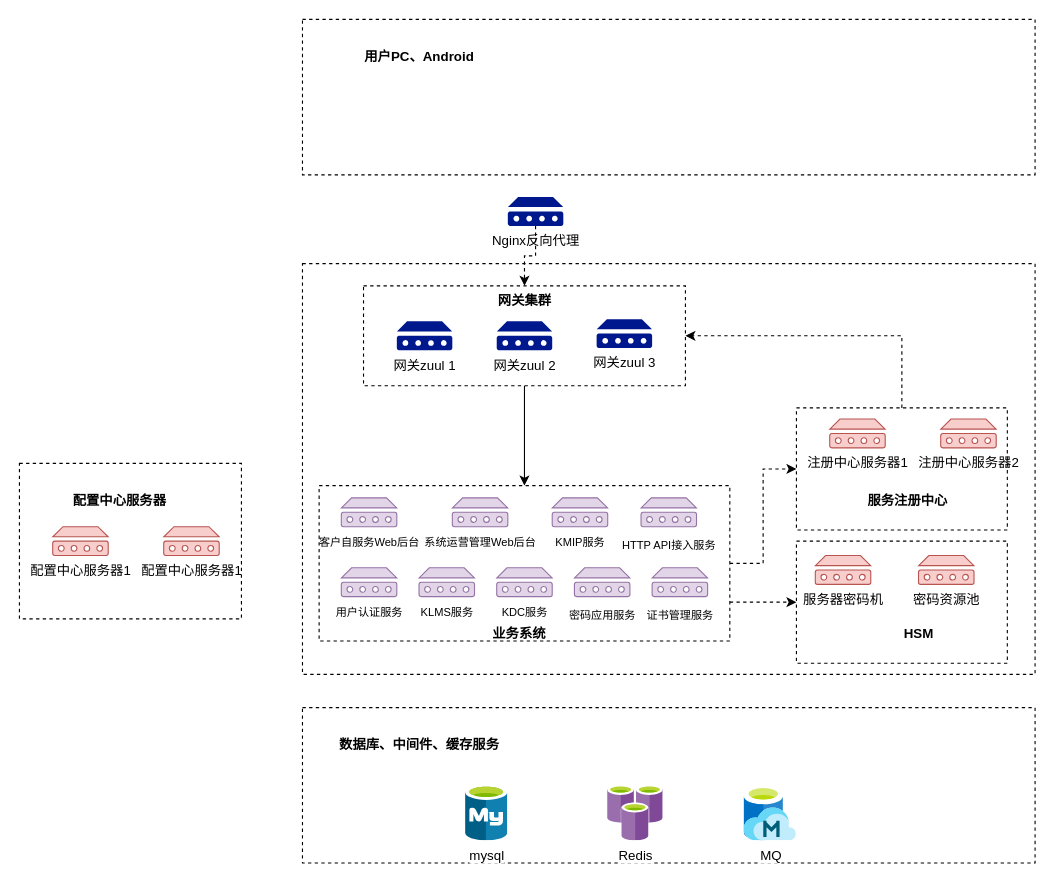
Above: cloud-arch.drawio in twoconk/guaniu (draw.io), before the change. Source tidied: cells renumbered, new cells numbered last; positions are measured from the earlier drawing's top-left corner, leaving out a move shared by most shapes. Both pictures are drawn from the tidied source at 111%, with x=0, y=0 at pixel (19, 19).
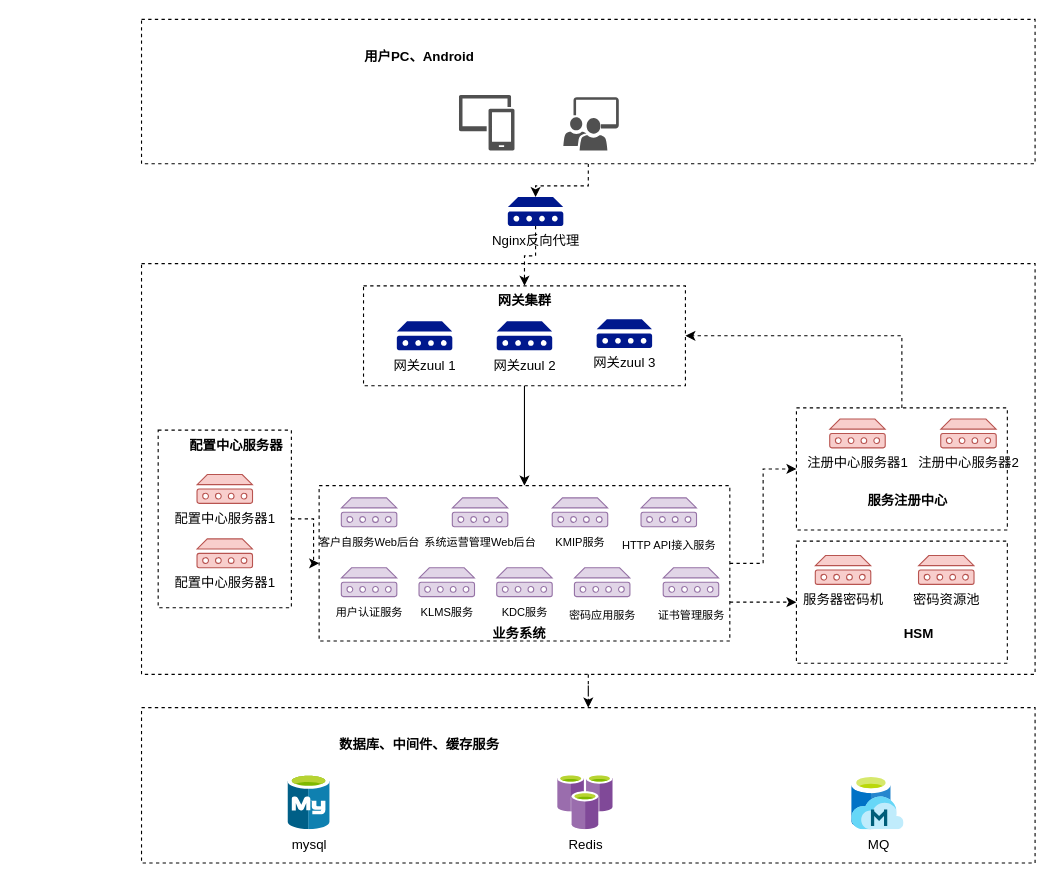
After the change.

The change refers to these unchanged cells:
```xml
<mxCell id="13" style="rounded=0;whiteSpace=wrap;html=1;dashed=1;" parent="1" vertex="1">
  <mxGeometry x="270" y="420" width="370" height="140" as="geometry" />
</mxCell>
<mxCell id="23" value="Nginx反向代理" style="shadow=0;dashed=0;html=1;strokeColor=none;labelPosition=center;verticalLabelPosition=bottom;verticalAlign=top;align=center;fillColor=#00188D;shape=mxgraph.mscae.enterprise.device;" parent="1" vertex="1">
  <mxGeometry x="440" y="160" width="50" height="26" as="geometry" />
</mxCell>
```

Change to the diagram source:
```diff
@@
+    <mxCell id="45" style="edgeStyle=orthogonalEdgeStyle;rounded=0;jumpStyle=none;jettySize=auto;html=1;entryX=0.5;entryY=0;entryDx=0;entryDy=0;dashed=1;" parent="1" edge="1" source="3" target="8">
+      <mxGeometry relative="1" as="geometry" />
+    </mxCell>
+    <mxCell id="46" style="edgeStyle=orthogonalEdgeStyle;rounded=0;jumpStyle=none;jettySize=auto;html=1;entryX=1;entryY=0.5;entryDx=0;entryDy=0;dashed=1;exitX=0;exitY=0.5;exitDx=0;exitDy=0;" parent="1" edge="1" source="13" target="9">
+      <mxGeometry relative="1" as="geometry" />
+    </mxCell>
     <mxCell id="3" style="rounded=0;whiteSpace=wrap;html=1;dashed=1;" parent="1" vertex="1">
-      <mxGeometry x="255" y="220" width="660" height="370" as="geometry" />
+      <mxGeometry x="110" y="220" width="805" height="370" as="geometry" />
     </mxCell>
@@
     <mxCell id="8" style="rounded=0;whiteSpace=wrap;html=1;dashed=1;" parent="1" vertex="1">
-      <mxGeometry x="255" y="620" width="660" height="140" as="geometry" />
+      <mxGeometry x="110" y="620" width="805" height="140" as="geometry" />
     </mxCell>
+    <mxCell id="47" style="edgeStyle=orthogonalEdgeStyle;rounded=0;jumpStyle=none;jettySize=auto;html=1;entryX=0;entryY=0.5;entryDx=0;entryDy=0;dashed=1;" parent="1" edge="1" source="9" target="13">
+      <mxGeometry relative="1" as="geometry" />
+    </mxCell>
     <mxCell id="9" style="rounded=0;whiteSpace=wrap;html=1;dashed=1;" parent="1" vertex="1">
-      <mxGeometry y="400" width="200" height="140" as="geometry" />
+      <mxGeometry x="125" y="370" width="120" height="160" as="geometry" />
     </mxCell>
     <mxCell id="10" value="&lt;font style=&quot;font-size: 12px&quot;&gt;配置中心服务器&lt;/font&gt;" style="text;strokeColor=none;fillColor=none;html=1;fontSize=24;fontStyle=1;verticalAlign=middle;align=center;dashed=1;" parent="1" vertex="1">
-      <mxGeometry x="40" y="410" width="100" height="40" as="geometry" />
+      <mxGeometry x="145" y="360" width="100" height="40" as="geometry" />
     </mxCell>
@@
     <mxCell id="19" value="mysql" style="html=1;align=center;image;fontSize=12;image=img/lib/mscae/Azure_Database_for_MySQL_servers.svg;dashed=1;" parent="1" vertex="1">
-      <mxGeometry x="402" y="690" width="38" height="50" as="geometry" />
+      <mxGeometry x="242" y="680" width="38" height="50" as="geometry" />
     </mxCell>
     <mxCell id="20" value="Redis" style="html=1;align=center;image;fontSize=12;image=img/lib/mscae/Azure_Cache_for_Redis.svg;dashed=1;" parent="1" vertex="1">
-      <mxGeometry x="530" y="690" width="50" height="50" as="geometry" />
+      <mxGeometry x="485" y="680" width="50" height="50" as="geometry" />
     </mxCell>
     <mxCell id="21" value="MQ" style="html=1;align=center;image;fontSize=12;image=img/lib/mscae/Managed_Databases.svg;dashed=1;" parent="1" vertex="1">
-      <mxGeometry x="653" y="690" width="47" height="50" as="geometry" />
+      <mxGeometry x="750" y="680" width="47" height="50" as="geometry" />
     </mxCell>
@@
     <mxCell id="27" value="配置中心服务器1" style="shadow=0;dashed=0;html=1;strokeColor=#b85450;labelPosition=center;verticalLabelPosition=bottom;verticalAlign=top;align=center;fillColor=#f8cecc;shape=mxgraph.mscae.enterprise.device;" parent="1" vertex="1">
-      <mxGeometry x="30" y="457" width="50" height="26" as="geometry" />
+      <mxGeometry x="160" y="468" width="50" height="26" as="geometry" />
     </mxCell>
     <mxCell id="28" value="配置中心服务器1" style="shadow=0;dashed=0;html=1;strokeColor=#b85450;labelPosition=center;verticalLabelPosition=bottom;verticalAlign=top;align=center;fillColor=#f8cecc;shape=mxgraph.mscae.enterprise.device;" parent="1" vertex="1">
-      <mxGeometry x="130" y="457" width="50" height="26" as="geometry" />
+      <mxGeometry x="160" y="410" width="50" height="26" as="geometry" />
     </mxCell>
@@
     <mxCell id="39" value="&lt;p class=&quot;MsoNormal&quot; align=&quot;center&quot; style=&quot;margin: 0pt 0pt 0.0001pt ; line-height: 21px ; text-indent: 0pt&quot;&gt;&lt;font size=&quot;1&quot;&gt;证书管理服务&lt;/font&gt;&lt;/p&gt;" style="shadow=0;dashed=0;html=1;strokeColor=#9673a6;labelPosition=center;verticalLabelPosition=bottom;verticalAlign=top;align=center;fillColor=#e1d5e7;shape=mxgraph.mscae.enterprise.device;" parent="1" vertex="1">
-      <mxGeometry x="570" y="494" width="50" height="26" as="geometry" />
+      <mxGeometry x="580" y="494" width="50" height="26" as="geometry" />
     </mxCell>
@@
+    <mxCell id="48" style="edgeStyle=orthogonalEdgeStyle;rounded=0;jumpStyle=none;jettySize=auto;html=1;entryX=0.5;entryY=0;entryDx=0;entryDy=0;entryPerimeter=0;dashed=1;" parent="1" edge="1" source="43" target="23">
+      <mxGeometry relative="1" as="geometry" />
+    </mxCell>
     <mxCell id="43" style="rounded=0;whiteSpace=wrap;html=1;dashed=1;" parent="1" vertex="1">
-      <mxGeometry x="255" width="660" height="140" as="geometry" />
+      <mxGeometry x="110" width="805" height="130" as="geometry" />
     </mxCell>
@@
+    <mxCell id="49" style="shadow=0;dashed=0;html=1;strokeColor=none;labelPosition=center;verticalLabelPosition=bottom;verticalAlign=top;align=center;fillColor=#505050;shape=mxgraph.mscae.intune.groups;" parent="1" vertex="1">
+      <mxGeometry x="490" y="70" width="50" height="48" as="geometry" />
+    </mxCell>
+    <mxCell id="50" style="shadow=0;dashed=0;html=1;strokeColor=none;labelPosition=center;verticalLabelPosition=bottom;verticalAlign=top;align=center;fillColor=#505050;shape=mxgraph.mscae.intune.device_group;" parent="1" vertex="1">
+      <mxGeometry x="396" y="68" width="50" height="50" as="geometry" />
+    </mxCell>
```
